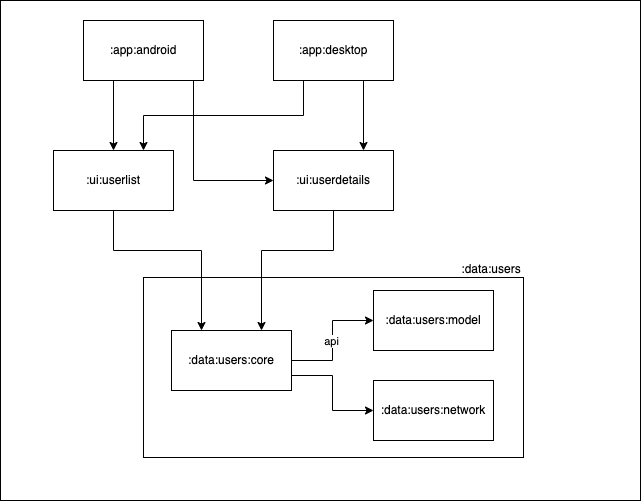
This is docs/arch1.png from burnoo/DemoListApp, a draw.io export, as it was before one commit. Source tidied: cells renumbered, new cells last; positions are measured from the earlier drawing's top-left corner, leaving out a move shared by most shapes.
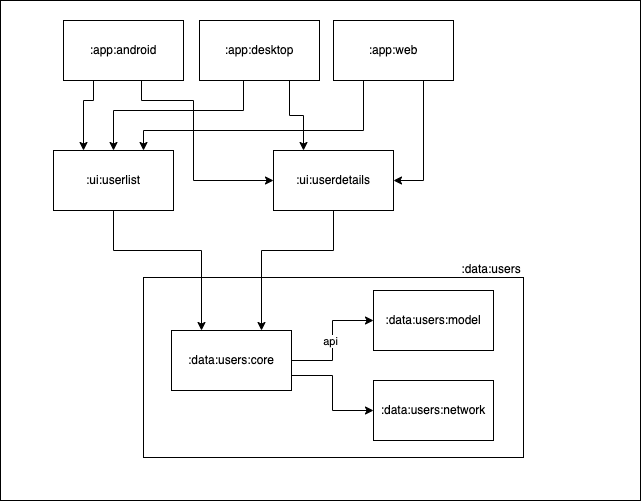
After the commit.

Commit message:
Update architecture diagram

Change to the diagram source:
```diff
@@ -5,19 +5,25 @@
     <mxCell id="2" style="rounded=0;whiteSpace=wrap;html=1;" parent="1" vertex="1">
       <mxGeometry width="640" height="500" as="geometry" />
     </mxCell>
-    <mxCell id="3" style="edgeStyle=orthogonalEdgeStyle;rounded=0;jettySize=auto;html=1;exitX=0.25;exitY=1;exitDx=0;exitDy=0;" parent="1" edge="1" source="5" target="7">
-      <mxGeometry relative="1" as="geometry" />
+    <mxCell id="3" style="edgeStyle=orthogonalEdgeStyle;rounded=0;jettySize=auto;html=1;exitX=0.25;exitY=1;exitDx=0;exitDy=0;entryX=0.25;entryY=0;entryDx=0;entryDy=0;" parent="1" edge="1" source="5" target="7">
+      <mxGeometry relative="1" as="geometry">
+        <Array as="points">
+          <mxPoint x="93" y="100" />
+          <mxPoint x="83" y="100" />
+        </Array>
+      </mxGeometry>
     </mxCell>
     <mxCell id="4" style="edgeStyle=orthogonalEdgeStyle;rounded=0;jettySize=auto;html=1;exitX=0.75;exitY=1;exitDx=0;exitDy=0;" parent="1" edge="1" source="5" target="9">
       <mxGeometry relative="1" as="geometry">
         <Array as="points">
-          <mxPoint x="193" y="80" />
+          <mxPoint x="141" y="100" />
+          <mxPoint x="193" y="100" />
           <mxPoint x="193" y="180" />
         </Array>
       </mxGeometry>
     </mxCell>
     <mxCell id="5" value=":app:android" style="rounded=0;whiteSpace=wrap;html=1;" parent="1" vertex="1">
-      <mxGeometry x="83" y="20" width="120" height="60" as="geometry" />
+      <mxGeometry x="63" y="20" width="120" height="60" as="geometry" />
     </mxCell>
     <mxCell id="6" style="edgeStyle=orthogonalEdgeStyle;rounded=0;jettySize=auto;html=1;exitX=0.5;exitY=1;exitDx=0;exitDy=0;entryX=0.25;entryY=0;entryDx=0;entryDy=0;" parent="1" edge="1" source="7" target="15">
       <mxGeometry relative="1" as="geometry">
@@ -65,14 +71,33 @@
     <mxCell id="17" value=":data:users:network" style="rounded=0;whiteSpace=wrap;html=1;" parent="1" vertex="1">
       <mxGeometry x="373" y="380" width="120" height="60" as="geometry" />
     </mxCell>
-    <mxCell id="18" style="edgeStyle=orthogonalEdgeStyle;rounded=0;jettySize=auto;html=1;exitX=0.75;exitY=1;exitDx=0;exitDy=0;entryX=0.75;entryY=0;entryDx=0;entryDy=0;" parent="1" edge="1" source="20" target="9">
+    <mxCell id="18" style="edgeStyle=orthogonalEdgeStyle;rounded=0;jettySize=auto;html=1;exitX=0.75;exitY=1;exitDx=0;exitDy=0;entryX=0.25;entryY=0;entryDx=0;entryDy=0;" parent="1" edge="1" source="20" target="9">
       <mxGeometry relative="1" as="geometry" />
     </mxCell>
-    <mxCell id="19" style="edgeStyle=orthogonalEdgeStyle;rounded=0;jettySize=auto;html=1;exitX=0.25;exitY=1;exitDx=0;exitDy=0;entryX=0.75;entryY=0;entryDx=0;entryDy=0;" parent="1" edge="1" source="20" target="7">
-      <mxGeometry relative="1" as="geometry" />
+    <mxCell id="19" style="edgeStyle=orthogonalEdgeStyle;rounded=0;jettySize=auto;html=1;exitX=0.25;exitY=1;exitDx=0;exitDy=0;entryX=0.5;entryY=0;entryDx=0;entryDy=0;" parent="1" edge="1" source="20" target="7">
+      <mxGeometry relative="1" as="geometry">
+        <Array as="points">
+          <mxPoint x="243" y="110" />
+          <mxPoint x="113" y="110" />
+        </Array>
+      </mxGeometry>
     </mxCell>
     <mxCell id="20" value=":app:desktop" style="rounded=0;whiteSpace=wrap;html=1;" parent="1" vertex="1">
-      <mxGeometry x="273" y="20" width="120" height="60" as="geometry" />
+      <mxGeometry x="199" y="20" width="120" height="60" as="geometry" />
     </mxCell>
+    <mxCell id="21" style="edgeStyle=orthogonalEdgeStyle;rounded=0;jettySize=auto;html=1;exitX=0.25;exitY=1;exitDx=0;exitDy=0;entryX=0.75;entryY=0;entryDx=0;entryDy=0;" parent="1" edge="1" source="23" target="7">
+      <mxGeometry relative="1" as="geometry">
+        <Array as="points">
+          <mxPoint x="363" y="130" />
+          <mxPoint x="143" y="130" />
+        </Array>
+      </mxGeometry>
+    </mxCell>
+    <mxCell id="22" style="edgeStyle=orthogonalEdgeStyle;rounded=0;jettySize=auto;html=1;exitX=0.75;exitY=1;exitDx=0;exitDy=0;entryX=1;entryY=0.5;entryDx=0;entryDy=0;" parent="1" edge="1" source="23" target="9">
+      <mxGeometry relative="1" as="geometry" />
+    </mxCell>
+    <mxCell id="23" value=":app:web" style="rounded=0;whiteSpace=wrap;html=1;" parent="1" vertex="1">
+      <mxGeometry x="333" y="20" width="120" height="60" as="geometry" />
+    </mxCell>
   </root>
 </mxGraphModel>
```
